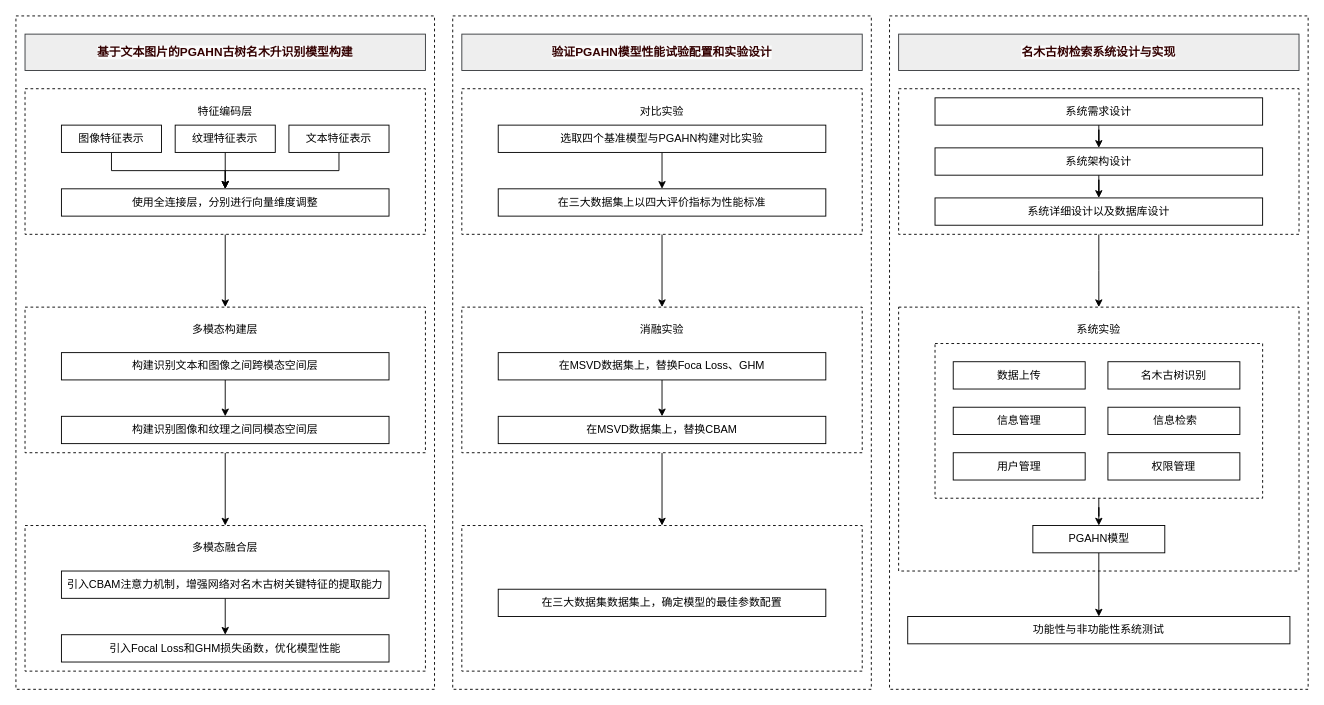
Earlier version of the draw.io diagram 论文/第1章/第一章.drawio (ssl1995/draw). Source tidied: cells renumbered, new cells numbered last; positions are measured from the earlier drawing's top-left corner, leaving out a move shared by most shapes. Both pictures are drawn from the tidied source at 91%, with x=0, y=0 at pixel (15, 15).
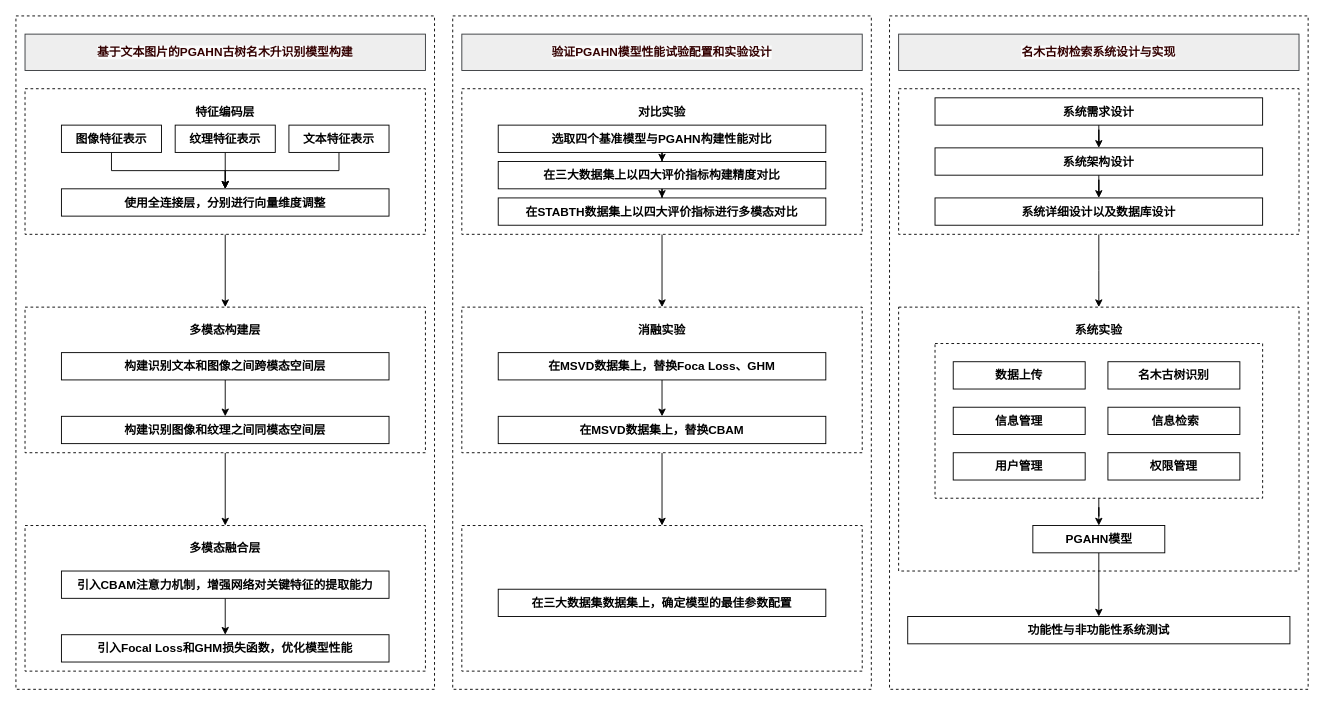
After the change.

What changed in the source:
```diff
@@
-    <mxCell id="2" style="rounded=0;whiteSpace=wrap;html=1;dashed=1;" parent="1" vertex="1">
+    <mxCell id="2" style="rounded=0;whiteSpace=wrap;html=1;dashed=1;fontSize=13;fontStyle=1;" parent="1" vertex="1">
       <mxGeometry x="960" width="460" height="740" as="geometry" />
     </mxCell>
-    <mxCell id="3" style="rounded=0;whiteSpace=wrap;html=1;dashed=1;" parent="1" vertex="1">
+    <mxCell id="3" style="rounded=0;whiteSpace=wrap;html=1;dashed=1;fontSize=13;fontStyle=1;" parent="1" vertex="1">
       <mxGeometry x="480" width="460" height="740" as="geometry" />
     </mxCell>
-    <mxCell id="4" style="rounded=0;whiteSpace=wrap;html=1;dashed=1;" parent="1" vertex="1">
+    <mxCell id="4" style="rounded=0;whiteSpace=wrap;html=1;dashed=1;fontSize=13;fontStyle=1;" parent="1" vertex="1">
       <mxGeometry width="460" height="740" as="geometry" />
     </mxCell>
-    <mxCell id="5" style="rounded=0;whiteSpace=wrap;html=1;dashed=1;" parent="1" vertex="1">
+    <mxCell id="5" style="rounded=0;whiteSpace=wrap;html=1;dashed=1;fontSize=13;fontStyle=1;" parent="1" vertex="1">
       <mxGeometry x="970" y="320" width="440" height="290" as="geometry" />
     </mxCell>
-    <mxCell id="6" style="edgeStyle=orthogonalEdgeStyle;rounded=0;jettySize=auto;html=1;entryX=0.5;entryY=0;entryDx=0;entryDy=0;" parent="1" edge="1" source="7">
+    <mxCell id="6" style="edgeStyle=orthogonalEdgeStyle;rounded=0;jettySize=auto;html=1;entryX=0.5;entryY=0;entryDx=0;entryDy=0;fontSize=13;fontStyle=1;" parent="1" edge="1" source="7">
       <mxGeometry relative="1" as="geometry">
         <mxPoint x="1190" y="320" as="targetPoint" />
       </mxGeometry>
     </mxCell>
-    <mxCell id="7" style="rounded=0;whiteSpace=wrap;html=1;dashed=1;" parent="1" vertex="1">
+    <mxCell id="7" style="rounded=0;whiteSpace=wrap;html=1;dashed=1;fontSize=13;fontStyle=1;" parent="1" vertex="1">
       <mxGeometry x="970" y="80" width="440" height="160" as="geometry" />
     </mxCell>
-    <mxCell id="8" value="&lt;div style=&quot;text-align: left;&quot;&gt;&lt;font face=&quot;微软雅黑&quot; style=&quot;color: rgb(51, 0, 0);&quot;&gt;&lt;span style=&quot;font-size: 13px; caret-color: rgb(231, 79, 76); background-color: rgb(250, 250, 250);&quot;&gt;&lt;span style=&quot;&quot;&gt;基于文本图片的PGAHN古树名木升识别模型构建&lt;/span&gt;&lt;/span&gt;&lt;/font&gt;&lt;/div&gt;" style="rounded=0;whiteSpace=wrap;html=1;fontStyle=1;fillColor=#eeeeee;strokeColor=#36393d;" parent="1" vertex="1">
+    <mxCell id="8" value="&lt;div style=&quot;text-align: left;&quot;&gt;&lt;font face=&quot;微软雅黑&quot; style=&quot;color: rgb(51, 0, 0);&quot;&gt;&lt;span style=&quot;caret-color: rgb(231, 79, 76); background-color: rgb(250, 250, 250);&quot;&gt;&lt;span&gt;基于文本图片的PGAHN古树名木升识别模型构建&lt;/span&gt;&lt;/span&gt;&lt;/font&gt;&lt;/div&gt;" style="rounded=0;whiteSpace=wrap;html=1;fontStyle=1;fillColor=#eeeeee;strokeColor=#36393d;fontSize=13;" parent="1" vertex="1">
       <mxGeometry x="10" y="20" width="440" height="40" as="geometry" />
     </mxCell>
-    <mxCell id="9" style="edgeStyle=orthogonalEdgeStyle;rounded=0;jettySize=auto;html=1;entryX=0.5;entryY=0;entryDx=0;entryDy=0;" parent="1" edge="1" source="10" target="20">
+    <mxCell id="9" style="edgeStyle=orthogonalEdgeStyle;rounded=0;jettySize=auto;html=1;entryX=0.5;entryY=0;entryDx=0;entryDy=0;fontSize=13;fontStyle=1;" parent="1" edge="1" source="10" target="20">
       <mxGeometry relative="1" as="geometry" />
     </mxCell>
-    <mxCell id="10" style="rounded=0;whiteSpace=wrap;html=1;dashed=1;" parent="1" vertex="1">
+    <mxCell id="10" style="rounded=0;whiteSpace=wrap;html=1;dashed=1;fontSize=13;fontStyle=1;" parent="1" vertex="1">
       <mxGeometry x="10" y="80" width="440" height="160" as="geometry" />
     </mxCell>
-    <mxCell id="11" value="特征编码层" style="rounded=0;whiteSpace=wrap;html=1;fillColor=default;strokeColor=none;" parent="1" vertex="1">
+    <mxCell id="11" value="特征编码层" style="rounded=0;whiteSpace=wrap;html=1;fillColor=default;strokeColor=none;fontSize=13;fontStyle=1;" parent="1" vertex="1">
       <mxGeometry x="170" y="90" width="120" height="30" as="geometry" />
     </mxCell>
-    <mxCell id="12" style="edgeStyle=orthogonalEdgeStyle;rounded=0;jettySize=auto;html=1;entryX=0.5;entryY=0;entryDx=0;entryDy=0;" parent="1" edge="1" source="13" target="18">
+    <mxCell id="12" style="edgeStyle=orthogonalEdgeStyle;rounded=0;jettySize=auto;html=1;entryX=0.5;entryY=0;entryDx=0;entryDy=0;fontSize=13;fontStyle=1;" parent="1" edge="1" source="13" target="18">
       <mxGeometry relative="1" as="geometry" />
     </mxCell>
-    <mxCell id="13" value="图像特征表示" style="rounded=0;whiteSpace=wrap;html=1;" parent="1" vertex="1">
+    <mxCell id="13" value="图像特征表示" style="rounded=0;whiteSpace=wrap;html=1;fontSize=13;fontStyle=1;" parent="1" vertex="1">
       <mxGeometry x="50" y="120" width="110" height="30" as="geometry" />
     </mxCell>
-    <mxCell id="14" style="edgeStyle=orthogonalEdgeStyle;rounded=0;jettySize=auto;html=1;" parent="1" edge="1" source="15" target="18">
+    <mxCell id="14" style="edgeStyle=orthogonalEdgeStyle;rounded=0;jettySize=auto;html=1;fontSize=13;fontStyle=1;" parent="1" edge="1" source="15" target="18">
       <mxGeometry relative="1" as="geometry" />
     </mxCell>
-    <mxCell id="15" value="纹理特征表示" style="rounded=0;whiteSpace=wrap;html=1;" parent="1" vertex="1">
+    <mxCell id="15" value="纹理特征表示" style="rounded=0;whiteSpace=wrap;html=1;fontSize=13;fontStyle=1;" parent="1" vertex="1">
       <mxGeometry x="175" y="120" width="110" height="30" as="geometry" />
     </mxCell>
-    <mxCell id="16" style="edgeStyle=orthogonalEdgeStyle;rounded=0;jettySize=auto;html=1;entryX=0.5;entryY=0;entryDx=0;entryDy=0;" parent="1" edge="1" source="17" target="18">
+    <mxCell id="16" style="edgeStyle=orthogonalEdgeStyle;rounded=0;jettySize=auto;html=1;entryX=0.5;entryY=0;entryDx=0;entryDy=0;fontSize=13;fontStyle=1;" parent="1" edge="1" source="17" target="18">
       <mxGeometry relative="1" as="geometry" />
     </mxCell>
-    <mxCell id="17" value="文本特征表示" style="rounded=0;whiteSpace=wrap;html=1;strokeColor=default;" parent="1" vertex="1">
+    <mxCell id="17" value="文本特征表示" style="rounded=0;whiteSpace=wrap;html=1;strokeColor=default;fontSize=13;fontStyle=1;" parent="1" vertex="1">
       <mxGeometry x="300" y="120" width="110" height="30" as="geometry" />
     </mxCell>
-    <mxCell id="18" value="使用全连接层，分别进行向量维度调整" style="rounded=0;whiteSpace=wrap;html=1;" parent="1" vertex="1">
+    <mxCell id="18" value="使用全连接层，分别进行向量维度调整" style="rounded=0;whiteSpace=wrap;html=1;fontSize=13;fontStyle=1;" parent="1" vertex="1">
       <mxGeometry x="50" y="190" width="360" height="30" as="geometry" />
     </mxCell>
-    <mxCell id="19" style="edgeStyle=orthogonalEdgeStyle;rounded=0;jettySize=auto;html=1;entryX=0.5;entryY=0;entryDx=0;entryDy=0;" parent="1" edge="1" source="20" target="25">
+    <mxCell id="19" style="edgeStyle=orthogonalEdgeStyle;rounded=0;jettySize=auto;html=1;entryX=0.5;entryY=0;entryDx=0;entryDy=0;fontSize=13;fontStyle=1;" parent="1" edge="1" source="20" target="25">
       <mxGeometry relative="1" as="geometry" />
     </mxCell>
-    <mxCell id="20" style="rounded=0;whiteSpace=wrap;html=1;dashed=1;" parent="1" vertex="1">
+    <mxCell id="20" style="rounded=0;whiteSpace=wrap;html=1;dashed=1;fontSize=13;fontStyle=1;" parent="1" vertex="1">
       <mxGeometry x="10" y="320" width="440" height="160" as="geometry" />
     </mxCell>
-    <mxCell id="21" value="多模态构建层" style="rounded=0;whiteSpace=wrap;html=1;fillColor=none;strokeColor=none;" parent="1" vertex="1">
+    <mxCell id="21" value="多模态构建层" style="rounded=0;whiteSpace=wrap;html=1;fillColor=none;strokeColor=none;fontSize=13;fontStyle=1;" parent="1" vertex="1">
       <mxGeometry x="170" y="330" width="120" height="30" as="geometry" />
     </mxCell>
-    <mxCell id="22" style="edgeStyle=orthogonalEdgeStyle;rounded=0;jettySize=auto;html=1;" parent="1" edge="1" source="23" target="24">
+    <mxCell id="22" style="edgeStyle=orthogonalEdgeStyle;rounded=0;jettySize=auto;html=1;fontSize=13;fontStyle=1;" parent="1" edge="1" source="23" target="24">
       <mxGeometry relative="1" as="geometry" />
     </mxCell>
-    <mxCell id="23" value="构建识别文本和图像之间跨模态空间层" style="rounded=0;whiteSpace=wrap;html=1;" parent="1" vertex="1">
+    <mxCell id="23" value="构建识别文本和图像之间跨模态空间层" style="rounded=0;whiteSpace=wrap;html=1;fontSize=13;fontStyle=1;" parent="1" vertex="1">
       <mxGeometry x="50" y="370" width="360" height="30" as="geometry" />
     </mxCell>
-    <mxCell id="24" value="构建识别图像和纹理之间同模态空间层" style="rounded=0;whiteSpace=wrap;html=1;" parent="1" vertex="1">
+    <mxCell id="24" value="构建识别图像和纹理之间同模态空间层" style="rounded=0;whiteSpace=wrap;html=1;fontSize=13;fontStyle=1;" parent="1" vertex="1">
       <mxGeometry x="50" y="440" width="360" height="30" as="geometry" />
     </mxCell>
-    <mxCell id="25" style="rounded=0;whiteSpace=wrap;html=1;dashed=1;" parent="1" vertex="1">
+    <mxCell id="25" style="rounded=0;whiteSpace=wrap;html=1;dashed=1;fontSize=13;fontStyle=1;" parent="1" vertex="1">
       <mxGeometry x="10" y="560" width="440" height="160" as="geometry" />
     </mxCell>
-    <mxCell id="26" value="多模态融合层" style="rounded=0;whiteSpace=wrap;html=1;strokeColor=none;" parent="1" vertex="1">
+    <mxCell id="26" value="多模态融合层" style="rounded=0;whiteSpace=wrap;html=1;strokeColor=none;fontSize=13;fontStyle=1;" parent="1" vertex="1">
       <mxGeometry x="170" y="570" width="120" height="30" as="geometry" />
     </mxCell>
-    <mxCell id="27" style="edgeStyle=orthogonalEdgeStyle;rounded=0;jettySize=auto;html=1;" parent="1" edge="1" source="28" target="29">
+    <mxCell id="27" style="edgeStyle=orthogonalEdgeStyle;rounded=0;jettySize=auto;html=1;fontSize=13;fontStyle=1;" parent="1" edge="1" source="28" target="29">
       <mxGeometry relative="1" as="geometry" />
     </mxCell>
-    <mxCell id="28" value="引入CBAM注意力机制，增强网络对名木古树关键特征的提取能力" style="rounded=0;whiteSpace=wrap;html=1;" parent="1" vertex="1">
+    <mxCell id="28" value="引入CBAM注意力机制，增强网络对关键特征的提取能力" style="rounded=0;whiteSpace=wrap;html=1;fontSize=13;fontStyle=1;" parent="1" vertex="1">
       <mxGeometry x="50" y="610" width="360" height="30" as="geometry" />
     </mxCell>
-    <mxCell id="29" value="引入Focal Loss和GHM损失函数，优化模型性能" style="rounded=0;whiteSpace=wrap;html=1;" parent="1" vertex="1">
+    <mxCell id="29" value="引入Focal Loss和GHM损失函数，优化模型性能" style="rounded=0;whiteSpace=wrap;html=1;fontSize=13;fontStyle=1;" parent="1" vertex="1">
       <mxGeometry x="50" y="680" width="360" height="30" as="geometry" />
     </mxCell>
-    <mxCell id="30" value="&lt;div style=&quot;text-align: left;&quot;&gt;&lt;font color=&quot;#330000&quot; face=&quot;微软雅黑&quot;&gt;&lt;span style=&quot;font-size: 13px; caret-color: rgb(231, 79, 76); background-color: rgb(250, 250, 250);&quot;&gt;&lt;span&gt;验证PGAHN模型性能试验配置和实验设计&lt;/span&gt;&lt;/span&gt;&lt;/font&gt;&lt;/div&gt;" style="rounded=0;whiteSpace=wrap;html=1;fillColor=#eeeeee;strokeColor=#36393d;fontStyle=1;" parent="1" vertex="1">
+    <mxCell id="30" value="&lt;div style=&quot;text-align: left;&quot;&gt;&lt;font color=&quot;#330000&quot; face=&quot;微软雅黑&quot;&gt;&lt;span style=&quot;caret-color: rgb(231, 79, 76); background-color: rgb(250, 250, 250);&quot;&gt;&lt;span&gt;验证PGAHN模型性能试验配置和实验设计&lt;/span&gt;&lt;/span&gt;&lt;/font&gt;&lt;/div&gt;" style="rounded=0;whiteSpace=wrap;html=1;fillColor=#eeeeee;strokeColor=#36393d;fontStyle=1;fontSize=13;" parent="1" vertex="1">
       <mxGeometry x="490" y="20" width="440" height="40" as="geometry" />
     </mxCell>
-    <mxCell id="31" style="edgeStyle=orthogonalEdgeStyle;rounded=0;jettySize=auto;html=1;entryX=0.5;entryY=0;entryDx=0;entryDy=0;" parent="1" edge="1" source="32" target="38">
+    <mxCell id="31" style="edgeStyle=orthogonalEdgeStyle;rounded=0;jettySize=auto;html=1;entryX=0.5;entryY=0;entryDx=0;entryDy=0;fontSize=13;fontStyle=1;" parent="1" edge="1" source="32" target="38">
       <mxGeometry relative="1" as="geometry" />
     </mxCell>
-    <mxCell id="32" style="rounded=0;whiteSpace=wrap;html=1;dashed=1;" parent="1" vertex="1">
+    <mxCell id="32" style="rounded=0;whiteSpace=wrap;html=1;dashed=1;fontSize=13;fontStyle=1;" parent="1" vertex="1">
       <mxGeometry x="490" y="80" width="440" height="160" as="geometry" />
     </mxCell>
-    <mxCell id="33" value="对比实验" style="rounded=0;whiteSpace=wrap;html=1;fillColor=default;strokeColor=none;" parent="1" vertex="1">
+    <mxCell id="33" value="对比实验" style="rounded=0;whiteSpace=wrap;html=1;fillColor=default;strokeColor=none;fontSize=13;fontStyle=1;" parent="1" vertex="1">
       <mxGeometry x="650" y="90" width="120" height="30" as="geometry" />
     </mxCell>
-    <mxCell id="34" style="edgeStyle=orthogonalEdgeStyle;rounded=0;jettySize=auto;html=1;entryX=0.5;entryY=0;entryDx=0;entryDy=0;" parent="1" edge="1" source="35" target="36">
+    <mxCell id="34" style="edgeStyle=orthogonalEdgeStyle;rounded=0;jettySize=auto;html=1;entryX=0.5;entryY=0;entryDx=0;entryDy=0;fontSize=13;fontStyle=1;" parent="1" edge="1" source="35" target="36">
       <mxGeometry relative="1" as="geometry" />
     </mxCell>
-    <mxCell id="35" value="选取四个基准模型与PGAHN构建对比实验" style="rounded=0;whiteSpace=wrap;html=1;" parent="1" vertex="1">
+    <mxCell id="35" value="选取四个基准模型与PGAHN构建性能对比" style="rounded=0;whiteSpace=wrap;html=1;fontSize=13;fontStyle=1;" parent="1" vertex="1">
       <mxGeometry x="530" y="120" width="360" height="30" as="geometry" />
     </mxCell>
+    <mxCell id="63" style="edgeStyle=orthogonalEdgeStyle;rounded=0;jettySize=auto;html=1;entryX=0.5;entryY=0;entryDx=0;entryDy=0;fontSize=13;fontStyle=1;" parent="1" edge="1" source="36" target="64">
+      <mxGeometry relative="1" as="geometry" />
+    </mxCell>
-    <mxCell id="36" value="在三大数据集上以四大评价指标为性能标准" style="rounded=0;whiteSpace=wrap;html=1;" parent="1" vertex="1">
-      <mxGeometry x="530" y="190" width="360" height="30" as="geometry" />
+    <mxCell id="36" value="在三大数据集上以四大评价指标构建精度对比" style="rounded=0;whiteSpace=wrap;html=1;fontSize=13;fontStyle=1;" parent="1" vertex="1">
+      <mxGeometry x="530" y="160" width="360" height="30" as="geometry" />
     </mxCell>
-    <mxCell id="37" style="edgeStyle=orthogonalEdgeStyle;rounded=0;jettySize=auto;html=1;entryX=0.5;entryY=0;entryDx=0;entryDy=0;" parent="1" edge="1" source="38" target="43">
+    <mxCell id="37" style="edgeStyle=orthogonalEdgeStyle;rounded=0;jettySize=auto;html=1;entryX=0.5;entryY=0;entryDx=0;entryDy=0;fontSize=13;fontStyle=1;" parent="1" edge="1" source="38" target="43">
       <mxGeometry relative="1" as="geometry" />
     </mxCell>
-    <mxCell id="38" style="rounded=0;whiteSpace=wrap;html=1;dashed=1;" parent="1" vertex="1">
+    <mxCell id="38" style="rounded=0;whiteSpace=wrap;html=1;dashed=1;fontSize=13;fontStyle=1;" parent="1" vertex="1">
       <mxGeometry x="490" y="320" width="440" height="160" as="geometry" />
     </mxCell>
-    <mxCell id="39" value="消融实验" style="rounded=0;whiteSpace=wrap;html=1;fillColor=none;strokeColor=none;" parent="1" vertex="1">
+    <mxCell id="39" value="消融实验" style="rounded=0;whiteSpace=wrap;html=1;fillColor=none;strokeColor=none;fontSize=13;fontStyle=1;" parent="1" vertex="1">
       <mxGeometry x="650" y="330" width="120" height="30" as="geometry" />
     </mxCell>
-    <mxCell id="40" style="edgeStyle=orthogonalEdgeStyle;rounded=0;jettySize=auto;html=1;" parent="1" edge="1" source="41" target="42">
+    <mxCell id="40" style="edgeStyle=orthogonalEdgeStyle;rounded=0;jettySize=auto;html=1;fontSize=13;fontStyle=1;" parent="1" edge="1" source="41" target="42">
       <mxGeometry relative="1" as="geometry" />
     </mxCell>
-    <mxCell id="41" value="在MSVD数据集上，替换Foca Loss、GHM" style="rounded=0;whiteSpace=wrap;html=1;" parent="1" vertex="1">
+    <mxCell id="41" value="在MSVD数据集上，替换Foca Loss、GHM" style="rounded=0;whiteSpace=wrap;html=1;fontSize=13;fontStyle=1;" parent="1" vertex="1">
       <mxGeometry x="530" y="370" width="360" height="30" as="geometry" />
     </mxCell>
-    <mxCell id="42" value="在MSVD数据集上，替换CBAM" style="rounded=0;whiteSpace=wrap;html=1;" parent="1" vertex="1">
+    <mxCell id="42" value="在MSVD数据集上，替换CBAM" style="rounded=0;whiteSpace=wrap;html=1;fontSize=13;fontStyle=1;" parent="1" vertex="1">
       <mxGeometry x="530" y="440" width="360" height="30" as="geometry" />
     </mxCell>
-    <mxCell id="43" style="rounded=0;whiteSpace=wrap;html=1;dashed=1;" parent="1" vertex="1">
+    <mxCell id="43" style="rounded=0;whiteSpace=wrap;html=1;dashed=1;fontSize=13;fontStyle=1;" parent="1" vertex="1">
       <mxGeometry x="490" y="560" width="440" height="160" as="geometry" />
     </mxCell>
-    <mxCell id="44" value="在三大数据集数据集上，确定模型的最佳参数配置" style="rounded=0;whiteSpace=wrap;html=1;" parent="1" vertex="1">
+    <mxCell id="44" value="在三大数据集数据集上，确定模型的最佳参数配置" style="rounded=0;whiteSpace=wrap;html=1;fontSize=13;fontStyle=1;" parent="1" vertex="1">
       <mxGeometry x="530" y="630" width="360" height="30" as="geometry" />
     </mxCell>
-    <mxCell id="45" value="&lt;div style=&quot;text-align: left;&quot;&gt;&lt;font color=&quot;#330000&quot; face=&quot;微软雅黑&quot;&gt;&lt;span style=&quot;font-size: 13px; caret-color: rgb(231, 79, 76); background-color: rgb(250, 250, 250);&quot;&gt;&lt;span&gt;名木古树检索系统设计与实现&lt;/span&gt;&lt;/span&gt;&lt;/font&gt;&lt;/div&gt;" style="rounded=0;whiteSpace=wrap;html=1;fillColor=#eeeeee;strokeColor=#36393d;fontStyle=1;" parent="1" vertex="1">
+    <mxCell id="45" value="&lt;div style=&quot;text-align: left;&quot;&gt;&lt;font color=&quot;#330000&quot; face=&quot;微软雅黑&quot;&gt;&lt;span style=&quot;caret-color: rgb(231, 79, 76); background-color: rgb(250, 250, 250);&quot;&gt;&lt;span&gt;名木古树检索系统设计与实现&lt;/span&gt;&lt;/span&gt;&lt;/font&gt;&lt;/div&gt;" style="rounded=0;whiteSpace=wrap;html=1;fillColor=#eeeeee;strokeColor=#36393d;fontStyle=1;fontSize=13;" parent="1" vertex="1">
       <mxGeometry x="970" y="20" width="440" height="40" as="geometry" />
     </mxCell>
-    <mxCell id="46" style="edgeStyle=orthogonalEdgeStyle;rounded=0;jettySize=auto;html=1;" parent="1" edge="1" source="47" target="50">
+    <mxCell id="46" style="edgeStyle=orthogonalEdgeStyle;rounded=0;jettySize=auto;html=1;fontSize=13;fontStyle=1;" parent="1" edge="1" source="47" target="50">
       <mxGeometry relative="1" as="geometry" />
     </mxCell>
-    <mxCell id="47" value="系统需求设计" style="rounded=0;whiteSpace=wrap;html=1;" parent="1" vertex="1">
+    <mxCell id="47" value="系统需求设计" style="rounded=0;whiteSpace=wrap;html=1;fontSize=13;fontStyle=1;" parent="1" vertex="1">
       <mxGeometry x="1010" y="90" width="360" height="30" as="geometry" />
     </mxCell>
-    <mxCell id="48" value="系统详细设计以及数据库设计" style="rounded=0;whiteSpace=wrap;html=1;" parent="1" vertex="1">
+    <mxCell id="48" value="系统详细设计以及数据库设计" style="rounded=0;whiteSpace=wrap;html=1;fontSize=13;fontStyle=1;" parent="1" vertex="1">
       <mxGeometry x="1010" y="200" width="360" height="30" as="geometry" />
     </mxCell>
-    <mxCell id="49" style="edgeStyle=orthogonalEdgeStyle;rounded=0;jettySize=auto;html=1;" parent="1" edge="1" source="50" target="48">
+    <mxCell id="49" style="edgeStyle=orthogonalEdgeStyle;rounded=0;jettySize=auto;html=1;fontSize=13;fontStyle=1;" parent="1" edge="1" source="50" target="48">
       <mxGeometry relative="1" as="geometry" />
     </mxCell>
-    <mxCell id="50" value="系统架构设计" style="rounded=0;whiteSpace=wrap;html=1;" parent="1" vertex="1">
+    <mxCell id="50" value="系统架构设计" style="rounded=0;whiteSpace=wrap;html=1;fontSize=13;fontStyle=1;" parent="1" vertex="1">
       <mxGeometry x="1010" y="145" width="360" height="30" as="geometry" />
     </mxCell>
-    <mxCell id="51" value="系统实验" style="rounded=0;whiteSpace=wrap;html=1;fillColor=none;strokeColor=none;" parent="1" vertex="1">
+    <mxCell id="51" value="系统实验" style="rounded=0;whiteSpace=wrap;html=1;fillColor=none;strokeColor=none;fontSize=13;fontStyle=1;" parent="1" vertex="1">
       <mxGeometry x="1130" y="330" width="120" height="30" as="geometry" />
     </mxCell>
-    <mxCell id="52" style="edgeStyle=orthogonalEdgeStyle;rounded=0;jettySize=auto;html=1;entryX=0.5;entryY=0;entryDx=0;entryDy=0;" parent="1" edge="1" source="53" target="61">
+    <mxCell id="52" style="edgeStyle=orthogonalEdgeStyle;rounded=0;jettySize=auto;html=1;entryX=0.5;entryY=0;entryDx=0;entryDy=0;fontSize=13;fontStyle=1;" parent="1" edge="1" source="53" target="61">
       <mxGeometry relative="1" as="geometry" />
     </mxCell>
-    <mxCell id="53" style="rounded=0;whiteSpace=wrap;html=1;dashed=1;" parent="1" vertex="1">
+    <mxCell id="53" style="rounded=0;whiteSpace=wrap;html=1;dashed=1;fontSize=13;fontStyle=1;" parent="1" vertex="1">
       <mxGeometry x="1010" y="360" width="360" height="170" as="geometry" />
     </mxCell>
-    <mxCell id="54" value="数据上传" style="rounded=0;whiteSpace=wrap;html=1;" parent="1" vertex="1">
+    <mxCell id="54" value="数据上传" style="rounded=0;whiteSpace=wrap;html=1;fontSize=13;fontStyle=1;" parent="1" vertex="1">
       <mxGeometry x="1030" y="380" width="145" height="30" as="geometry" />
     </mxCell>
-    <mxCell id="55" value="名木古树识别" style="rounded=0;whiteSpace=wrap;html=1;" parent="1" vertex="1">
+    <mxCell id="55" value="名木古树识别" style="rounded=0;whiteSpace=wrap;html=1;fontSize=13;fontStyle=1;" parent="1" vertex="1">
       <mxGeometry x="1200" y="380" width="145" height="30" as="geometry" />
     </mxCell>
-    <mxCell id="56" value="信息管理" style="rounded=0;whiteSpace=wrap;html=1;" parent="1" vertex="1">
+    <mxCell id="56" value="信息管理" style="rounded=0;whiteSpace=wrap;html=1;fontSize=13;fontStyle=1;" parent="1" vertex="1">
       <mxGeometry x="1030" y="430" width="145" height="30" as="geometry" />
     </mxCell>
-    <mxCell id="57" value="&amp;nbsp;信息检索" style="rounded=0;whiteSpace=wrap;html=1;" parent="1" vertex="1">
+    <mxCell id="57" value="&amp;nbsp;信息检索" style="rounded=0;whiteSpace=wrap;html=1;fontSize=13;fontStyle=1;" parent="1" vertex="1">
       <mxGeometry x="1200" y="430" width="145" height="30" as="geometry" />
     </mxCell>
-    <mxCell id="58" value="用户管理" style="rounded=0;whiteSpace=wrap;html=1;" parent="1" vertex="1">
+    <mxCell id="58" value="用户管理" style="rounded=0;whiteSpace=wrap;html=1;fontSize=13;fontStyle=1;" parent="1" vertex="1">
       <mxGeometry x="1030" y="480" width="145" height="30" as="geometry" />
     </mxCell>
-    <mxCell id="59" value="权限管理" style="rounded=0;whiteSpace=wrap;html=1;" parent="1" vertex="1">
+    <mxCell id="59" value="权限管理" style="rounded=0;whiteSpace=wrap;html=1;fontSize=13;fontStyle=1;" parent="1" vertex="1">
       <mxGeometry x="1200" y="480" width="145" height="30" as="geometry" />
     </mxCell>
-    <mxCell id="60" style="edgeStyle=orthogonalEdgeStyle;rounded=0;jettySize=auto;html=1;entryX=0.5;entryY=0;entryDx=0;entryDy=0;" parent="1" edge="1" source="61" target="62">
+    <mxCell id="60" style="edgeStyle=orthogonalEdgeStyle;rounded=0;jettySize=auto;html=1;entryX=0.5;entryY=0;entryDx=0;entryDy=0;fontSize=13;fontStyle=1;" parent="1" edge="1" source="61" target="62">
       <mxGeometry relative="1" as="geometry" />
     </mxCell>
-    <mxCell id="61" value="PGAHN模型" style="rounded=0;whiteSpace=wrap;html=1;" parent="1" vertex="1">
+    <mxCell id="61" value="PGAHN模型" style="rounded=0;whiteSpace=wrap;html=1;fontSize=13;fontStyle=1;" parent="1" vertex="1">
       <mxGeometry x="1117.5" y="560" width="145" height="30" as="geometry" />
     </mxCell>
-    <mxCell id="62" value="功能性与非功能性系统测试" style="rounded=0;whiteSpace=wrap;html=1;" parent="1" vertex="1">
+    <mxCell id="62" value="功能性与非功能性系统测试" style="rounded=0;whiteSpace=wrap;html=1;fontSize=13;fontStyle=1;" parent="1" vertex="1">
       <mxGeometry x="980" y="660" width="420" height="30" as="geometry" />
     </mxCell>
+    <mxCell id="64" value="在STABTH数据集上以四大评价指标进行多模态对比" style="rounded=0;whiteSpace=wrap;html=1;fontSize=13;fontStyle=1;" parent="1" vertex="1">
+      <mxGeometry x="530" y="200" width="360" height="30" as="geometry" />
+    </mxCell>
```
